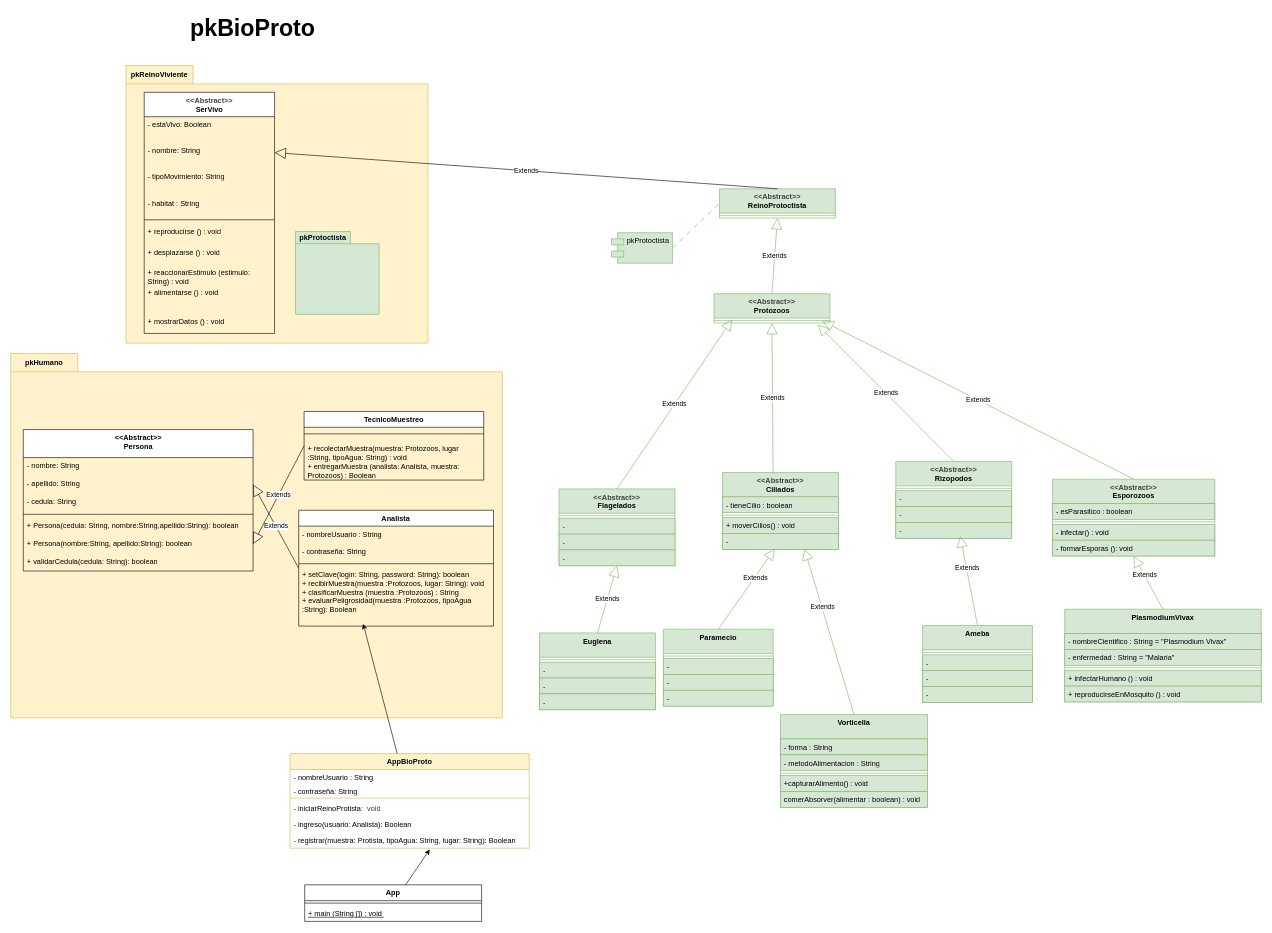
Above: ReinoProtista/design/2ClassDiagrama.drawio in mat264/ReinoProtista_G3 (draw.io), before the change. Source tidied: cells renumbered, new cells numbered last; positions are measured from the earlier drawing's top-left corner, leaving out a move shared by most shapes. Both pictures are drawn from the tidied source at 61%, with x=0, y=0 at pixel (10, 10).
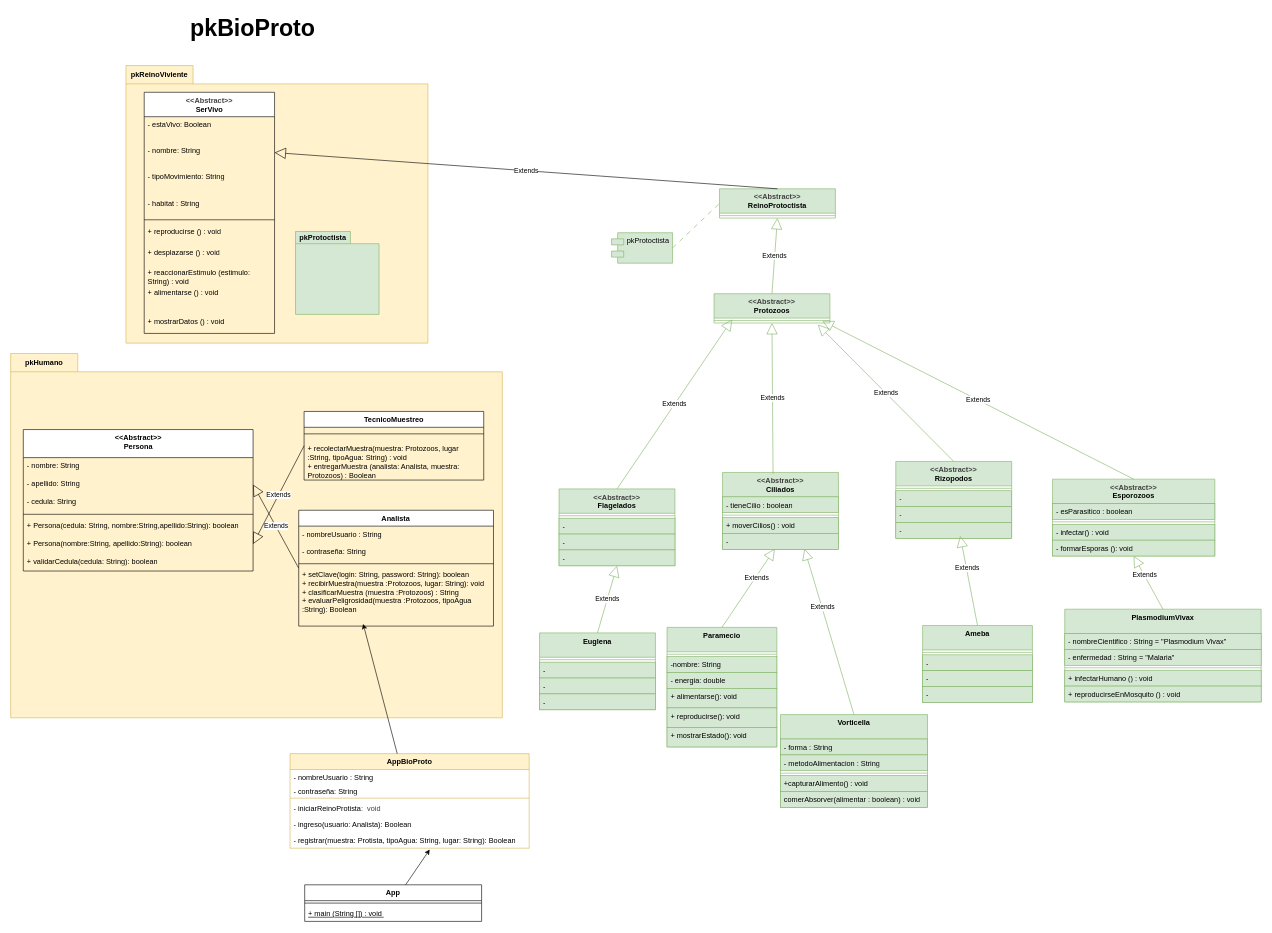
The same diagram, later.

Commit message (it also covers changes not shown here):
Interacción Paramecio y UML

Change to the diagram source:
```diff
@@
     <mxCell id="76" value="Paramecio" style="swimlane;fontStyle=1;align=center;verticalAlign=top;horizontal=1;startSize=40;whiteSpace=wrap;html=1;fillColor=#d5e8d4;strokeColor=#82b366;" parent="1" vertex="1">
-      <mxGeometry x="1070" y="1014" width="180" height="126" as="geometry" />
+      <mxGeometry x="1076" y="1011" width="180" height="196" as="geometry" />
     </mxCell>
@@
-    <mxCell id="78" value="-" style="text;strokeColor=#82b366;fillColor=#d5e8d4;align=left;verticalAlign=top;spacingLeft=4;spacingRight=4;overflow=hidden;whiteSpace=wrap;html=1;" parent="76" vertex="1">
+    <mxCell id="78" value="-nombre: String&amp;nbsp;&amp;nbsp;" style="text;strokeColor=#82b366;fillColor=#d5e8d4;align=left;verticalAlign=top;spacingLeft=4;spacingRight=4;overflow=hidden;whiteSpace=wrap;html=1;" parent="76" vertex="1">
       <mxGeometry y="48" width="180" height="26" as="geometry" />
     </mxCell>
-    <mxCell id="79" value="-" style="text;strokeColor=#82b366;fillColor=#d5e8d4;align=left;verticalAlign=top;spacingLeft=4;spacingRight=4;overflow=hidden;whiteSpace=wrap;html=1;" parent="76" vertex="1">
+    <mxCell id="79" value="- energia: double&amp;nbsp;" style="text;strokeColor=#82b366;fillColor=#d5e8d4;align=left;verticalAlign=top;spacingLeft=4;spacingRight=4;overflow=hidden;whiteSpace=wrap;html=1;" parent="76" vertex="1">
       <mxGeometry y="74" width="180" height="26" as="geometry" />
     </mxCell>
-    <mxCell id="80" value="-" style="text;strokeColor=#82b366;fillColor=#d5e8d4;align=left;verticalAlign=top;spacingLeft=4;spacingRight=4;overflow=hidden;whiteSpace=wrap;html=1;" parent="76" vertex="1">
-      <mxGeometry y="100" width="180" height="26" as="geometry" />
-    </mxCell>
+    <mxCell id="114" value="+ alimentarse(): void&amp;nbsp;" style="text;strokeColor=#82b366;fillColor=#d5e8d4;align=left;verticalAlign=top;spacingLeft=4;spacingRight=4;overflow=hidden;whiteSpace=wrap;html=1;" parent="76" vertex="1">
+      <mxGeometry y="100" width="180" height="32" as="geometry" />
+    </mxCell>
+    <mxCell id="115" value="+ reproducirse(): void&amp;nbsp;" style="text;strokeColor=#82b366;fillColor=#d5e8d4;align=left;verticalAlign=top;spacingLeft=4;spacingRight=4;overflow=hidden;whiteSpace=wrap;html=1;" parent="76" vertex="1">
+      <mxGeometry y="132" width="180" height="32" as="geometry" />
+    </mxCell>
+    <mxCell id="116" value="+ mostrarEstado(): void&amp;nbsp;" style="text;strokeColor=#82b366;fillColor=#d5e8d4;align=left;verticalAlign=top;spacingLeft=4;spacingRight=4;overflow=hidden;whiteSpace=wrap;html=1;" parent="76" vertex="1">
+      <mxGeometry y="164" width="180" height="32" as="geometry" />
+    </mxCell>
```
